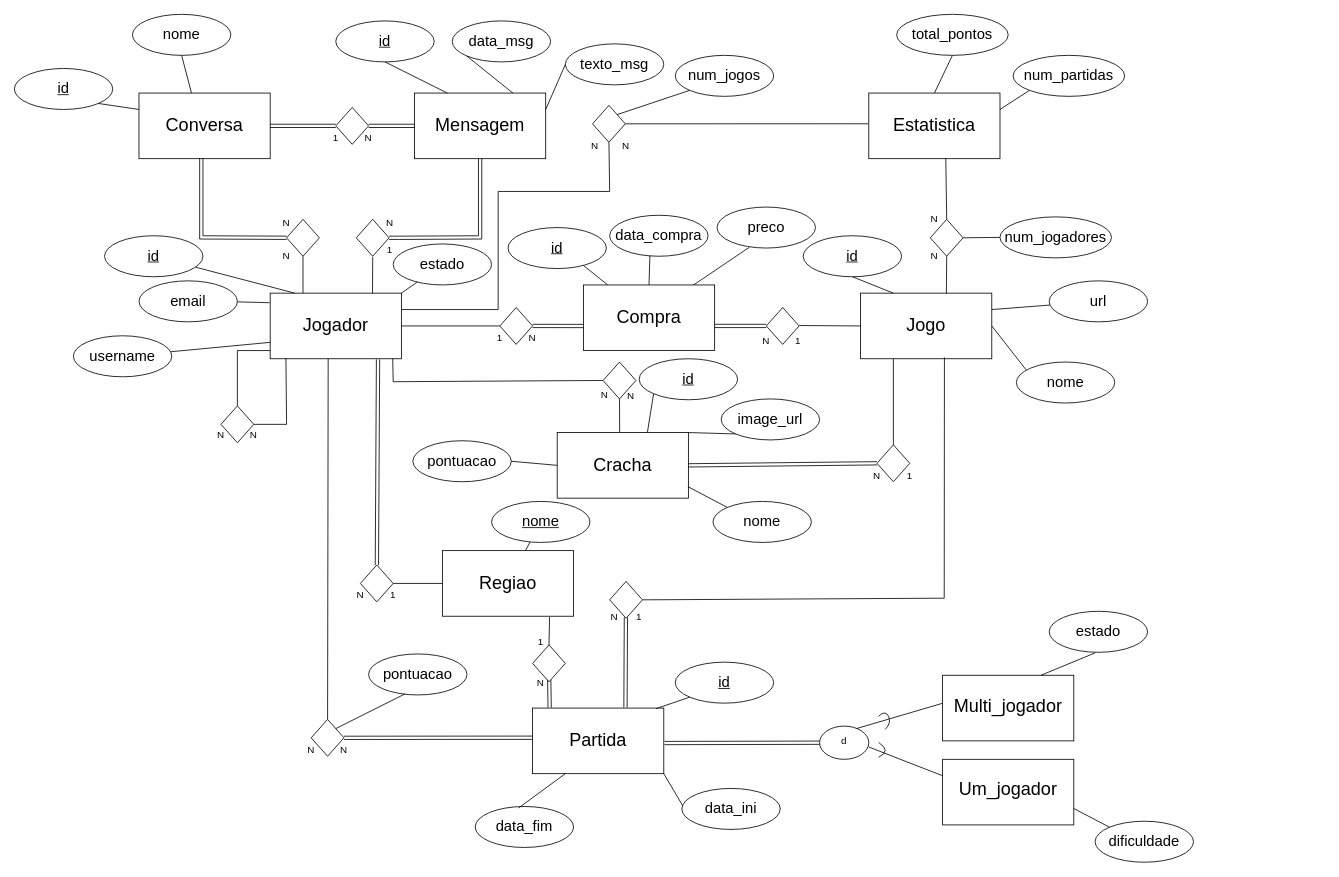
Above: 1trb/docs/Modelos/Diagrama EA/Diagrama.drawio in DanCas09/SI (draw.io), before the change. Source tidied: cells renumbered, new cells numbered last; positions are measured from the earlier drawing's top-left corner, leaving out a move shared by most shapes. Both pictures are drawn from the tidied source at 82%, with x=0, y=0 at pixel (14, 14).
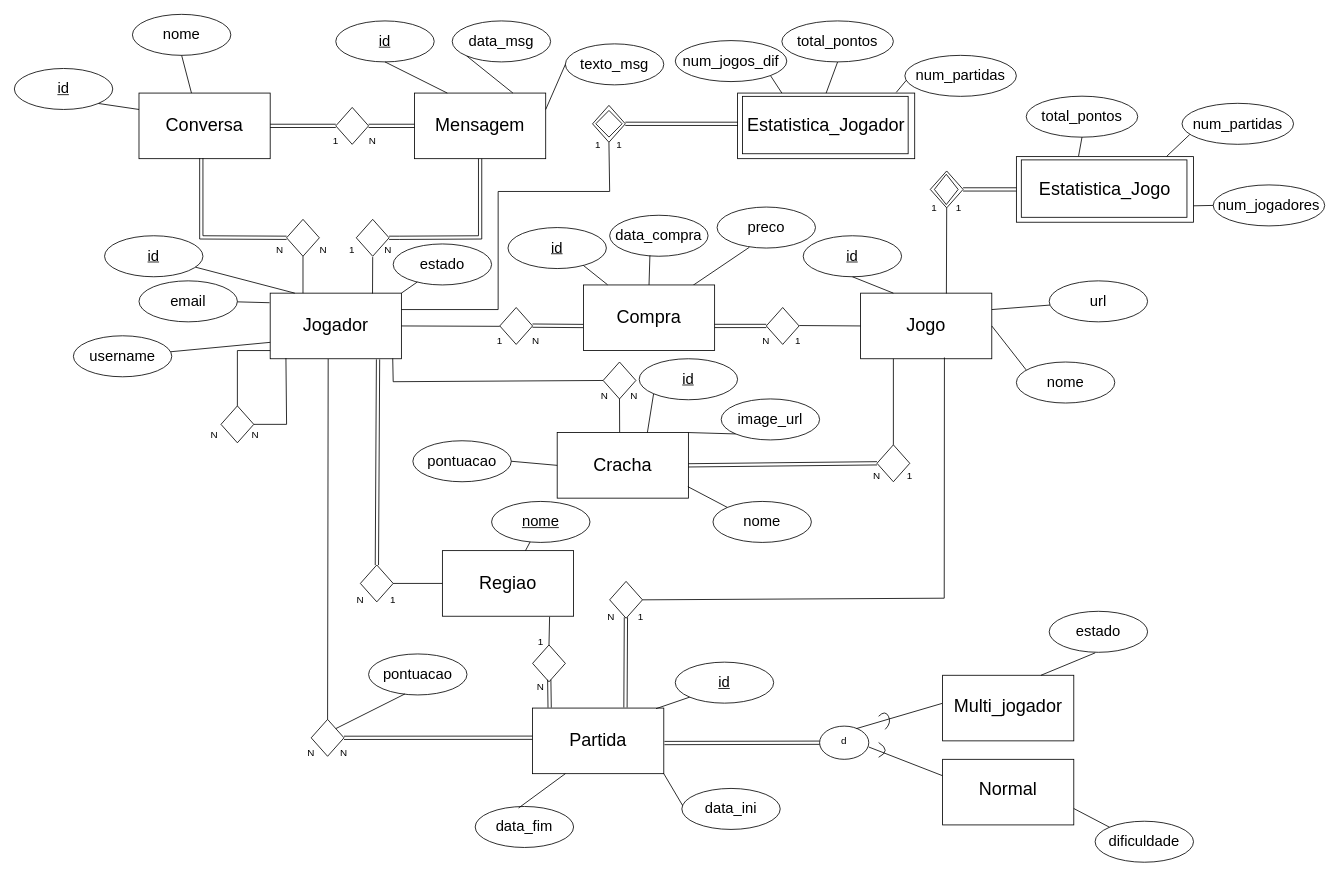
Above is the later version.

The change refers to these unchanged cells:
```xml
<mxCell id="2" style="rounded=0;whiteSpace=wrap;html=1;" parent="1" vertex="1">
  <mxGeometry x="312" y="340" width="160" height="80" as="geometry" />
</mxCell>
<mxCell id="94" style="rhombus;whiteSpace=wrap;html=1;" parent="1" vertex="1">
  <mxGeometry x="705.1" y="111" width="40" height="45" as="geometry" />
</mxCell>
<mxCell id="99" style="rounded=0;whiteSpace=wrap;html=1;" parent="1" vertex="1">
  <mxGeometry x="152" y="96" width="160" height="80" as="geometry" />
</mxCell>
<mxCell id="107" style="rhombus;whiteSpace=wrap;html=1;" parent="1" vertex="1">
  <mxGeometry x="392" y="113.5" width="40" height="45" as="geometry" />
</mxCell>
<mxCell id="153" style="rounded=0;whiteSpace=wrap;html=1;" parent="1" vertex="1">
  <mxGeometry x="694" y="330" width="160" height="80" as="geometry" />
</mxCell>
```

The edit, as a diff of the source:
```diff
@@
     <mxCell id="16" value="N" style="text;html=1;strokeColor=none;fillColor=none;align=center;verticalAlign=middle;whiteSpace=wrap;rounded=0;" parent="1" vertex="1">
-      <mxGeometry x="222" y="500" width="60" height="25" as="geometry" />
+      <mxGeometry x="214" y="500" width="60" height="25" as="geometry" />
     </mxCell>
     <mxCell id="17" value="N" style="text;html=1;strokeColor=none;fillColor=none;align=center;verticalAlign=middle;whiteSpace=wrap;rounded=0;" parent="1" vertex="1">
-      <mxGeometry x="262" y="500" width="60" height="25" as="geometry" />
+      <mxGeometry x="264" y="500" width="60" height="25" as="geometry" />
     </mxCell>
@@
     <mxCell id="24" value="1" style="text;html=1;strokeColor=none;fillColor=none;align=center;verticalAlign=middle;whiteSpace=wrap;rounded=0;" parent="1" vertex="1">
-      <mxGeometry x="432" y="695" width="60" height="25" as="geometry" />
+      <mxGeometry x="432" y="701.5" width="60" height="25" as="geometry" />
     </mxCell>
@@
-    <mxCell id="28" style="endArrow=none;html=1;rounded=0;exitX=1;exitY=0.5;exitDx=0;exitDy=0;entryX=0.5;entryY=0;entryDx=0;entryDy=0;" parent="1" edge="1" source="2" target="161">
+    <mxCell id="28" style="endArrow=none;html=1;rounded=0;exitX=1;exitY=0.5;exitDx=0;exitDy=0;entryX=0.5;entryY=-0.068;entryDx=0;entryDy=0;entryPerimeter=0;" parent="1" edge="1" source="2" target="161">
       <mxGeometry relative="1" as="geometry" />
     </mxCell>
@@
     <mxCell id="44" value="N" style="text;html=1;strokeColor=none;fillColor=none;align=center;verticalAlign=middle;whiteSpace=wrap;rounded=0;" parent="1" vertex="1">
-      <mxGeometry x="722" y="450.5" width="60" height="30" as="geometry" />
+      <mxGeometry x="726" y="450.5" width="60" height="30" as="geometry" />
     </mxCell>
@@
     <mxCell id="52" value="N" style="text;html=1;strokeColor=none;fillColor=none;align=center;verticalAlign=middle;whiteSpace=wrap;rounded=0;" parent="1" vertex="1">
-      <mxGeometry x="702" y="720" width="60" height="30" as="geometry" />
+      <mxGeometry x="698" y="720" width="60" height="30" as="geometry" />
     </mxCell>
     <mxCell id="53" value="1" style="text;html=1;strokeColor=none;fillColor=none;align=center;verticalAlign=middle;whiteSpace=wrap;rounded=0;" parent="1" vertex="1">
-      <mxGeometry x="732" y="720" width="60" height="30" as="geometry" />
+      <mxGeometry x="734" y="720" width="60" height="30" as="geometry" />
     </mxCell>
@@
     <mxCell id="57" value="N" style="text;html=1;strokeColor=none;fillColor=none;align=center;verticalAlign=middle;whiteSpace=wrap;rounded=0;" parent="1" vertex="1">
-      <mxGeometry x="332" y="882.2" width="60" height="30" as="geometry" />
+      <mxGeometry x="332" y="886" width="60" height="30" as="geometry" />
     </mxCell>
@@
     <mxCell id="59" value="N" style="text;html=1;strokeColor=none;fillColor=none;align=center;verticalAlign=middle;whiteSpace=wrap;rounded=0;" parent="1" vertex="1">
-      <mxGeometry x="372" y="882.2" width="60" height="30" as="geometry" />
+      <mxGeometry x="372" y="886" width="60" height="30" as="geometry" />
     </mxCell>
@@
     <mxCell id="68" value="N" style="text;html=1;strokeColor=none;fillColor=none;align=center;verticalAlign=middle;whiteSpace=wrap;rounded=0;" parent="1" vertex="1">
-      <mxGeometry x="688" y="450.5" width="64" height="27" as="geometry" />
+      <mxGeometry x="688" y="452" width="64" height="27" as="geometry" />
     </mxCell>
     <mxCell id="69" value="N" style="text;html=1;strokeColor=none;fillColor=none;align=center;verticalAlign=middle;whiteSpace=wrap;rounded=0;" parent="1" vertex="1">
-      <mxGeometry x="392" y="695" width="60" height="25" as="geometry" />
+      <mxGeometry x="392" y="701.5" width="60" height="25" as="geometry" />
     </mxCell>
@@
     <mxCell id="74" value="N" style="text;html=1;strokeColor=none;fillColor=none;align=center;verticalAlign=middle;whiteSpace=wrap;rounded=0;" parent="1" vertex="1">
-      <mxGeometry x="612" y="800" width="60" height="30" as="geometry" />
+      <mxGeometry x="612" y="806" width="60" height="30" as="geometry" />
     </mxCell>
@@
-    <mxCell id="89" value="&lt;font style=&quot;font-size: 22px;&quot;&gt;Um_jogador&lt;/font&gt;" style="text;html=1;strokeColor=none;fillColor=none;align=center;verticalAlign=middle;whiteSpace=wrap;rounded=0;" parent="1" vertex="1">
+    <mxCell id="89" value="&lt;font style=&quot;font-size: 22px;&quot;&gt;Normal&lt;/font&gt;" style="text;html=1;strokeColor=none;fillColor=none;align=center;verticalAlign=middle;whiteSpace=wrap;rounded=0;" parent="1" vertex="1">
       <mxGeometry x="1172" y="926" width="80" height="40" as="geometry" />
     </mxCell>
@@
-    <mxCell id="95" value="N" style="text;html=1;strokeColor=none;fillColor=none;align=center;verticalAlign=middle;whiteSpace=wrap;rounded=0;" parent="1" vertex="1">
-      <mxGeometry x="716" y="146" width="60" height="30" as="geometry" />
+    <mxCell id="95" value="1" style="text;html=1;strokeColor=none;fillColor=none;align=center;verticalAlign=middle;whiteSpace=wrap;rounded=0;" parent="1" vertex="1">
+      <mxGeometry x="708" y="143.5" width="60" height="30" as="geometry" />
     </mxCell>
-    <mxCell id="96" value="N" style="text;html=1;strokeColor=none;fillColor=none;align=center;verticalAlign=middle;whiteSpace=wrap;rounded=0;" parent="1" vertex="1">
-      <mxGeometry x="678" y="146" width="60" height="30" as="geometry" />
+    <mxCell id="96" value="1" style="text;html=1;strokeColor=none;fillColor=none;align=center;verticalAlign=middle;whiteSpace=wrap;rounded=0;" parent="1" vertex="1">
+      <mxGeometry x="682" y="143.5" width="60" height="30" as="geometry" />
     </mxCell>
-    <mxCell id="97" value="&lt;font style=&quot;font-size: 18px;&quot;&gt;num_jogos&lt;/font&gt;" style="ellipse;whiteSpace=wrap;html=1;" parent="1" vertex="1">
-      <mxGeometry x="806" y="50" width="120" height="50" as="geometry" />
-    </mxCell>
-    <mxCell id="98" style="endArrow=none;html=1;rounded=0;entryX=1;entryY=0;entryDx=0;entryDy=0;exitX=0;exitY=1;exitDx=0;exitDy=0;" parent="1" edge="1" source="97" target="94">
-      <mxGeometry relative="1" as="geometry" />
-    </mxCell>
@@
     <mxCell id="102" value="N" style="text;html=1;strokeColor=none;fillColor=none;align=center;verticalAlign=middle;whiteSpace=wrap;rounded=0;" parent="1" vertex="1">
-      <mxGeometry x="302" y="280" width="60" height="30" as="geometry" />
+      <mxGeometry x="294" y="272" width="60" height="30" as="geometry" />
     </mxCell>
     <mxCell id="103" value="N" style="text;html=1;strokeColor=none;fillColor=none;align=center;verticalAlign=middle;whiteSpace=wrap;rounded=0;" parent="1" vertex="1">
-      <mxGeometry x="302" y="240" width="60" height="30" as="geometry" />
+      <mxGeometry x="347" y="272" width="60" height="30" as="geometry" />
     </mxCell>
@@
     <mxCell id="108" value="1" style="text;html=1;strokeColor=none;fillColor=none;align=center;verticalAlign=middle;whiteSpace=wrap;rounded=0;" parent="1" vertex="1">
-      <mxGeometry x="362" y="136" width="60" height="30" as="geometry" />
+      <mxGeometry x="362" y="140" width="60" height="30" as="geometry" />
     </mxCell>
     <mxCell id="109" value="N" style="text;html=1;strokeColor=none;fillColor=none;align=center;verticalAlign=middle;whiteSpace=wrap;rounded=0;" parent="1" vertex="1">
-      <mxGeometry x="402" y="136" width="60" height="30" as="geometry" />
+      <mxGeometry x="407" y="140" width="60" height="30" as="geometry" />
     </mxCell>
@@
     <mxCell id="112" value="N" style="text;html=1;strokeColor=none;fillColor=none;align=center;verticalAlign=middle;whiteSpace=wrap;rounded=0;" parent="1" vertex="1">
-      <mxGeometry x="428" y="240" width="60" height="30" as="geometry" />
+      <mxGeometry x="426" y="272" width="60" height="30" as="geometry" />
     </mxCell>
@@
     <mxCell id="115" value="1" style="text;html=1;strokeColor=none;fillColor=none;align=center;verticalAlign=middle;whiteSpace=wrap;rounded=0;" parent="1" vertex="1">
-      <mxGeometry x="428" y="272" width="60" height="30" as="geometry" />
+      <mxGeometry x="382" y="272" width="60" height="30" as="geometry" />
     </mxCell>
@@
     <mxCell id="133" style="rounded=0;whiteSpace=wrap;html=1;" parent="1" vertex="1">
-      <mxGeometry x="1042" y="96" width="160" height="80" as="geometry" />
+      <mxGeometry x="882" y="96" width="216" height="80" as="geometry" />
     </mxCell>
-    <mxCell id="134" value="&lt;font style=&quot;font-size: 22px;&quot;&gt;Estatistica&lt;/font&gt;" style="text;html=1;strokeColor=none;fillColor=none;align=center;verticalAlign=middle;whiteSpace=wrap;rounded=0;" parent="1" vertex="1">
-      <mxGeometry x="1082" y="116" width="80" height="40" as="geometry" />
-    </mxCell>
     <mxCell id="135" style="rhombus;whiteSpace=wrap;html=1;" parent="1" vertex="1">
-      <mxGeometry x="1117" y="250" width="40" height="45" as="geometry" />
+      <mxGeometry x="1117" y="191" width="40" height="45" as="geometry" />
     </mxCell>
-    <mxCell id="136" value="N" style="text;html=1;strokeColor=none;fillColor=none;align=center;verticalAlign=middle;whiteSpace=wrap;rounded=0;" parent="1" vertex="1">
-      <mxGeometry x="1092" y="280" width="60" height="30" as="geometry" />
+    <mxCell id="136" value="1" style="text;html=1;strokeColor=none;fillColor=none;align=center;verticalAlign=middle;whiteSpace=wrap;rounded=0;" parent="1" vertex="1">
+      <mxGeometry x="1092" y="221" width="60" height="30" as="geometry" />
     </mxCell>
-    <mxCell id="137" value="N" style="text;html=1;strokeColor=none;fillColor=none;align=center;verticalAlign=middle;whiteSpace=wrap;rounded=0;" parent="1" vertex="1">
-      <mxGeometry x="1092" y="235" width="60" height="30" as="geometry" />
+    <mxCell id="137" value="1" style="text;html=1;strokeColor=none;fillColor=none;align=center;verticalAlign=middle;whiteSpace=wrap;rounded=0;" parent="1" vertex="1">
+      <mxGeometry x="1122" y="221" width="60" height="30" as="geometry" />
     </mxCell>
@@
-    <mxCell id="139" value="&lt;span style=&quot;font-size: 18px;&quot;&gt;num_jogadores&lt;/span&gt;" style="ellipse;whiteSpace=wrap;html=1;" parent="1" vertex="1">
-      <mxGeometry x="1202" y="247" width="136" height="50" as="geometry" />
-    </mxCell>
-    <mxCell id="140" style="endArrow=none;html=1;rounded=0;entryX=0;entryY=0.5;entryDx=0;entryDy=0;exitX=1;exitY=0.5;exitDx=0;exitDy=0;" parent="1" edge="1" source="135" target="139">
-      <mxGeometry relative="1" as="geometry" />
-    </mxCell>
-    <mxCell id="141" style="endArrow=none;html=1;rounded=0;exitX=-0.005;exitY=0.468;exitDx=0;exitDy=0;entryX=1;entryY=0.5;entryDx=0;entryDy=0;exitPerimeter=0;" parent="1" edge="1" source="133" target="94">
-      <mxGeometry relative="1" as="geometry" />
-    </mxCell>
     <mxCell id="142" value="&lt;span style=&quot;font-size: 18px;&quot;&gt;total_pontos&lt;/span&gt;" style="ellipse;whiteSpace=wrap;html=1;" parent="1" vertex="1">
-      <mxGeometry x="1076" width="136" height="50" as="geometry" />
+      <mxGeometry x="936" y="8" width="136" height="50" as="geometry" />
     </mxCell>
     <mxCell id="143" value="&lt;span style=&quot;font-size: 18px;&quot;&gt;num_partidas&lt;/span&gt;" style="ellipse;whiteSpace=wrap;html=1;" parent="1" vertex="1">
-      <mxGeometry x="1218" y="50" width="136" height="50" as="geometry" />
+      <mxGeometry x="1086" y="50" width="136" height="50" as="geometry" />
     </mxCell>
@@
-    <mxCell id="145" style="endArrow=none;html=1;rounded=0;entryX=0;entryY=1;entryDx=0;entryDy=0;exitX=1;exitY=0.25;exitDx=0;exitDy=0;" parent="1" edge="1" source="133" target="143">
+    <mxCell id="145" style="endArrow=none;html=1;rounded=0;entryX=0.896;entryY=-0.011;entryDx=0;entryDy=0;exitX=0.013;exitY=0.608;exitDx=0;exitDy=0;exitPerimeter=0;entryPerimeter=0;" parent="1" edge="1" source="143" target="133">
       <mxGeometry relative="1" as="geometry" />
     </mxCell>
@@
-    <mxCell id="149" style="shape=link;html=1;rounded=0;exitX=1;exitY=0.5;exitDx=0;exitDy=0;entryX=0.5;entryY=0;entryDx=0;entryDy=0;" parent="1" edge="1" source="99" target="108">
+    <mxCell id="149" style="shape=link;html=1;rounded=0;exitX=1;exitY=0.5;exitDx=0;exitDy=0;entryX=0;entryY=0.5;entryDx=0;entryDy=0;" parent="1" edge="1" source="99" target="107">
       <mxGeometry relative="1" as="geometry" />
     </mxCell>
@@
-    <mxCell id="151" style="endArrow=none;html=1;rounded=0;entryX=0.587;entryY=0.998;entryDx=0;entryDy=0;entryPerimeter=0;exitX=0.5;exitY=0;exitDx=0;exitDy=0;" parent="1" edge="1" source="135" target="133">
-      <mxGeometry relative="1" as="geometry" />
-    </mxCell>
@@
     <mxCell id="161" value="1" style="text;html=1;strokeColor=none;fillColor=none;align=center;verticalAlign=middle;whiteSpace=wrap;rounded=0;" parent="1" vertex="1">
-      <mxGeometry x="562" y="380" width="60" height="30" as="geometry" />
+      <mxGeometry x="562" y="382.5" width="60" height="30" as="geometry" />
     </mxCell>
     <mxCell id="162" value="N" style="text;html=1;strokeColor=none;fillColor=none;align=center;verticalAlign=middle;whiteSpace=wrap;rounded=0;" parent="1" vertex="1">
-      <mxGeometry x="602" y="380" width="60" height="30" as="geometry" />
+      <mxGeometry x="606" y="382.5" width="60" height="30" as="geometry" />
     </mxCell>
@@
-    <mxCell id="164" style="shape=link;html=1;rounded=0;exitX=0.5;exitY=0;exitDx=0;exitDy=0;entryX=-0.002;entryY=0.626;entryDx=0;entryDy=0;entryPerimeter=0;" parent="1" edge="1" source="162" target="153">
+    <mxCell id="164" style="shape=link;html=1;rounded=0;exitX=0.431;exitY=-0.097;exitDx=0;exitDy=0;entryX=-0.002;entryY=0.626;entryDx=0;entryDy=0;entryPerimeter=0;exitPerimeter=0;" parent="1" edge="1" source="162" target="153">
       <mxGeometry relative="1" as="geometry" />
     </mxCell>
+    <mxCell id="165" style="rhombus;whiteSpace=wrap;html=1;" parent="1" vertex="1">
+      <mxGeometry x="709.1" y="117.2" width="32.1" height="32.5" as="geometry" />
+    </mxCell>
+    <mxCell id="166" style="rhombus;whiteSpace=wrap;html=1;" parent="1" vertex="1">
+      <mxGeometry x="1122" y="195" width="29" height="37" as="geometry" />
+    </mxCell>
+    <mxCell id="167" style="shape=link;html=1;rounded=0;exitX=1;exitY=0.5;exitDx=0;exitDy=0;entryX=0.001;entryY=0.469;entryDx=0;entryDy=0;entryPerimeter=0;" parent="1" edge="1" source="94" target="133">
+      <mxGeometry relative="1" as="geometry" />
+    </mxCell>
+    <mxCell id="168" style="rounded=0;whiteSpace=wrap;html=1;" parent="1" vertex="1">
+      <mxGeometry x="888" y="100" width="202" height="70" as="geometry" />
+    </mxCell>
+    <mxCell id="134" value="&lt;font style=&quot;font-size: 22px;&quot;&gt;Estatistica_Jogador&lt;/font&gt;" style="text;html=1;strokeColor=none;fillColor=none;align=center;verticalAlign=middle;whiteSpace=wrap;rounded=0;" parent="1" vertex="1">
+      <mxGeometry x="950" y="116" width="80" height="40" as="geometry" />
+    </mxCell>
+    <mxCell id="169" value="&lt;span style=&quot;font-size: 18px;&quot;&gt;num_jogos_dif&lt;/span&gt;" style="ellipse;whiteSpace=wrap;html=1;" parent="1" vertex="1">
+      <mxGeometry x="806" y="32" width="136" height="50" as="geometry" />
+    </mxCell>
+    <mxCell id="170" style="endArrow=none;html=1;rounded=0;exitX=0.25;exitY=0;exitDx=0;exitDy=0;entryX=1;entryY=1;entryDx=0;entryDy=0;" parent="1" edge="1" source="133" target="169">
+      <mxGeometry relative="1" as="geometry" />
+    </mxCell>
+    <mxCell id="171" style="rounded=0;whiteSpace=wrap;html=1;" parent="1" vertex="1">
+      <mxGeometry x="1222" y="173.5" width="216" height="80" as="geometry" />
+    </mxCell>
+    <mxCell id="172" style="rounded=0;whiteSpace=wrap;html=1;" parent="1" vertex="1">
+      <mxGeometry x="1228" y="177.5" width="202" height="70" as="geometry" />
+    </mxCell>
+    <mxCell id="173" value="&lt;font style=&quot;font-size: 22px;&quot;&gt;Estatistica_Jogo&lt;/font&gt;" style="text;html=1;strokeColor=none;fillColor=none;align=center;verticalAlign=middle;whiteSpace=wrap;rounded=0;" parent="1" vertex="1">
+      <mxGeometry x="1290" y="193.5" width="80" height="40" as="geometry" />
+    </mxCell>
+    <mxCell id="174" value="&lt;span style=&quot;font-size: 18px;&quot;&gt;total_pontos&lt;/span&gt;" style="ellipse;whiteSpace=wrap;html=1;" parent="1" vertex="1">
+      <mxGeometry x="1234" y="99.8" width="136" height="50" as="geometry" />
+    </mxCell>
+    <mxCell id="175" value="&lt;span style=&quot;font-size: 18px;&quot;&gt;num_partidas&lt;/span&gt;" style="ellipse;whiteSpace=wrap;html=1;" parent="1" vertex="1">
+      <mxGeometry x="1424" y="108.5" width="136" height="50" as="geometry" />
+    </mxCell>
+    <mxCell id="176" style="endArrow=none;html=1;rounded=0;entryX=0.848;entryY=-0.003;entryDx=0;entryDy=0;exitX=0.069;exitY=0.762;exitDx=0;exitDy=0;exitPerimeter=0;entryPerimeter=0;" parent="1" edge="1" source="175" target="171">
+      <mxGeometry relative="1" as="geometry" />
+    </mxCell>
+    <mxCell id="139" value="&lt;span style=&quot;font-size: 18px;&quot;&gt;num_jogadores&lt;/span&gt;" style="ellipse;whiteSpace=wrap;html=1;" parent="1" vertex="1">
+      <mxGeometry x="1462" y="208" width="136" height="50" as="geometry" />
+    </mxCell>
+    <mxCell id="177" style="endArrow=none;html=1;rounded=0;exitX=1;exitY=0.75;exitDx=0;exitDy=0;entryX=0;entryY=0.5;entryDx=0;entryDy=0;" parent="1" edge="1" source="171" target="139">
+      <mxGeometry relative="1" as="geometry" />
+    </mxCell>
+    <mxCell id="178" style="endArrow=none;html=1;rounded=0;entryX=0.5;entryY=1;entryDx=0;entryDy=0;exitX=0.351;exitY=-0.007;exitDx=0;exitDy=0;exitPerimeter=0;" parent="1" edge="1" source="171" target="174">
+      <mxGeometry relative="1" as="geometry" />
+    </mxCell>
+    <mxCell id="179" style="shape=link;html=1;rounded=0;entryX=0;entryY=0.5;entryDx=0;entryDy=0;exitX=1;exitY=0.5;exitDx=0;exitDy=0;" parent="1" edge="1" source="135" target="171">
+      <mxGeometry relative="1" as="geometry" />
+    </mxCell>
```
